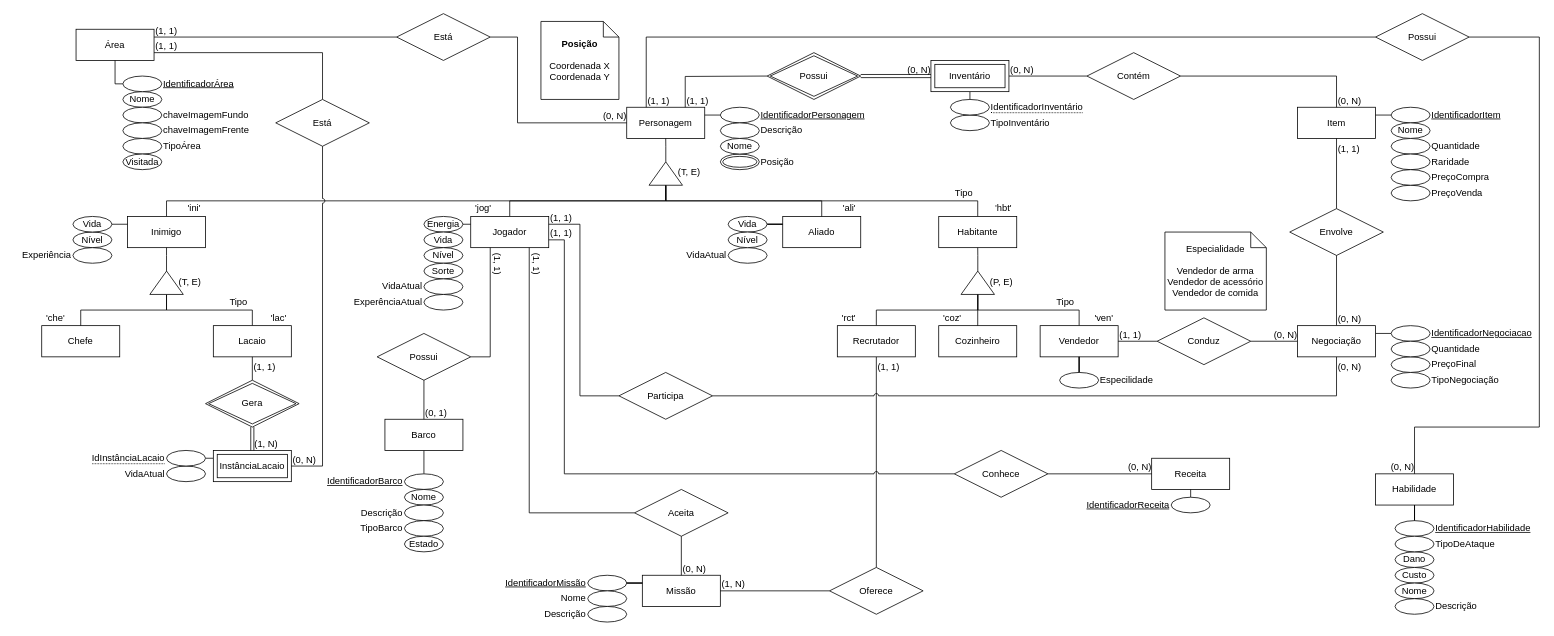
SBD1/2025.1-Marventura keeps this draw.io diagram as docs/assets/drawio/diagrama-entidade-relacionamento-personagem.drawio. Above is the earlier version. Source tidied: cells renumbered, new cells numbered last; positions are measured from the earlier drawing's top-left corner, leaving out a move shared by most shapes. Both pictures are drawn from the tidied source at 78%, with x=0, y=0 at pixel (41, 13).
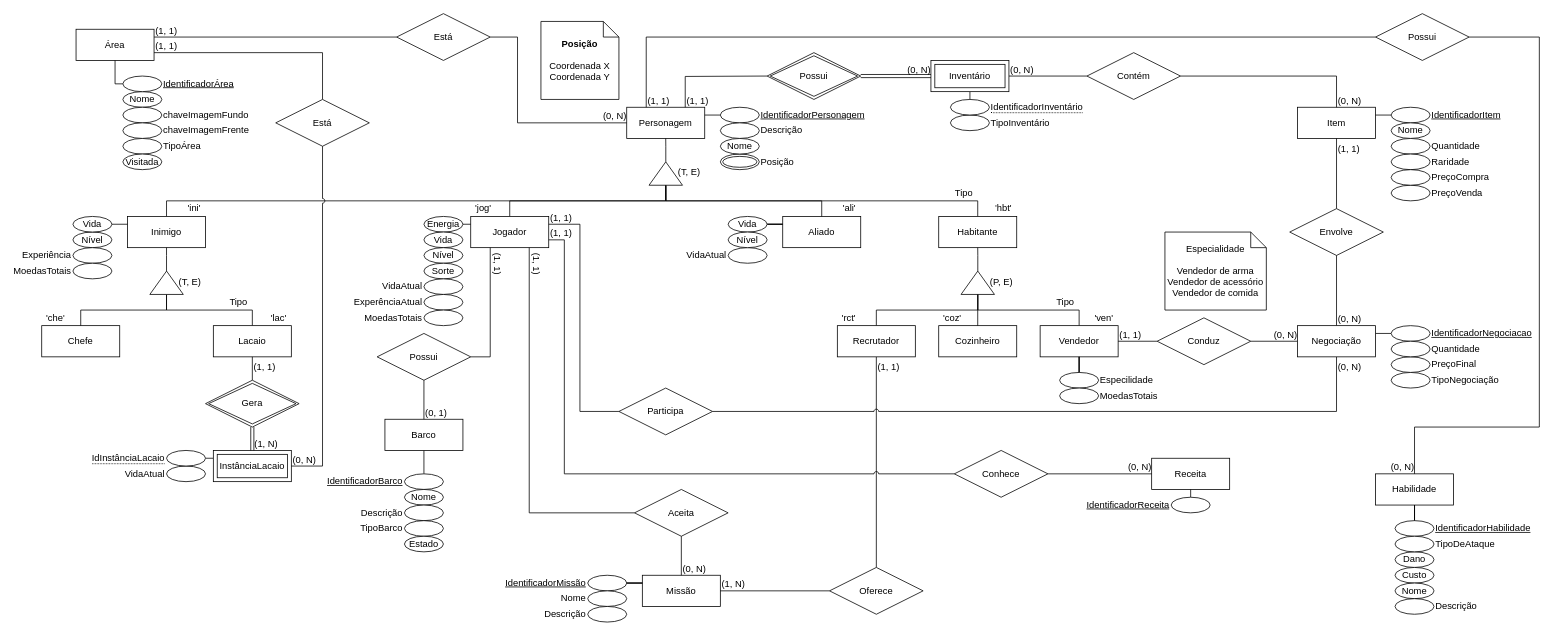
Above is the later version.

Commit message (it also covers changes not shown here):
Adiciona atributo nas tabelas

Unchanged cells that the change refers to:
```xml
<mxCell id="136" value="Negociação" style="shape=label;margin=3;double=1;whiteSpace=wrap;html=1;align=center;" parent="1" vertex="1">
  <mxGeometry x="1610" y="400" width="100" height="40" as="geometry" />
</mxCell>
```

Change to the diagram source:
```diff
@@
     <mxCell id="132" style="html=1;rounded=0;exitX=1;exitY=0.5;exitDx=0;exitDy=0;edgeStyle=orthogonalEdgeStyle;entryX=0.5;entryY=1;entryDx=0;entryDy=0;jumpStyle=arc;endArrow=none;startFill=0;" parent="1" edge="1" source="143" target="136">
       <mxGeometry relative="1" as="geometry">
         <Array as="points">
-          <mxPoint x="1660" y="490" />
+          <mxPoint x="860" y="510" />
+          <mxPoint x="1660" y="510" />
         </Array>
       </mxGeometry>
     </mxCell>
@@
     <mxCell id="143" value="Participa" style="shape=rhombus;perimeter=rhombusPerimeter;whiteSpace=wrap;html=1;align=center;" parent="1" vertex="1">
-      <mxGeometry x="740" y="460" width="120" height="60" as="geometry" />
+      <mxGeometry x="740" y="480" width="120" height="60" as="geometry" />
     </mxCell>
@@
+    <mxCell id="184" value="MoedasTotais" style="ellipse;whiteSpace=wrap;html=1;align=right;labelPosition=left;verticalLabelPosition=middle;verticalAlign=middle;" parent="1" vertex="1">
+      <mxGeometry x="490" y="380" width="50" height="20" as="geometry" />
+    </mxCell>
+    <mxCell id="185" value="MoedasTotais" style="ellipse;whiteSpace=wrap;html=1;align=right;labelPosition=left;verticalLabelPosition=middle;verticalAlign=middle;" parent="1" vertex="1">
+      <mxGeometry x="40" y="320" width="50" height="20" as="geometry" />
+    </mxCell>
+    <mxCell id="186" value="MoedasTotais" style="ellipse;whiteSpace=wrap;html=1;align=left;labelPosition=right;verticalLabelPosition=middle;verticalAlign=middle;" parent="1" vertex="1">
+      <mxGeometry x="1305" y="480" width="50" height="20" as="geometry" />
+    </mxCell>
```
